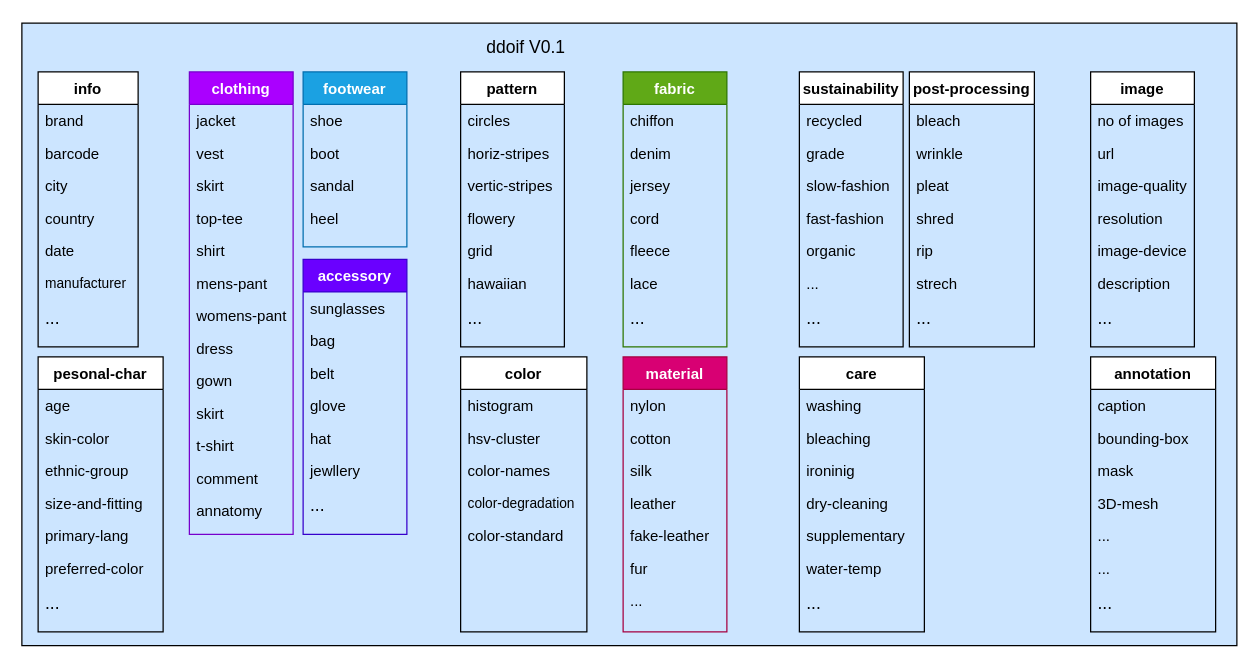
Before: ddoif.drawio in morawi/ddoif, a draw.io diagram. Source tidied: cells renumbered, new cells numbered last; positions are measured from the earlier drawing's top-left corner, leaving out a move shared by most shapes. Both pictures are drawn from the tidied source at 125%, with x=0, y=0 at pixel (21, 22).
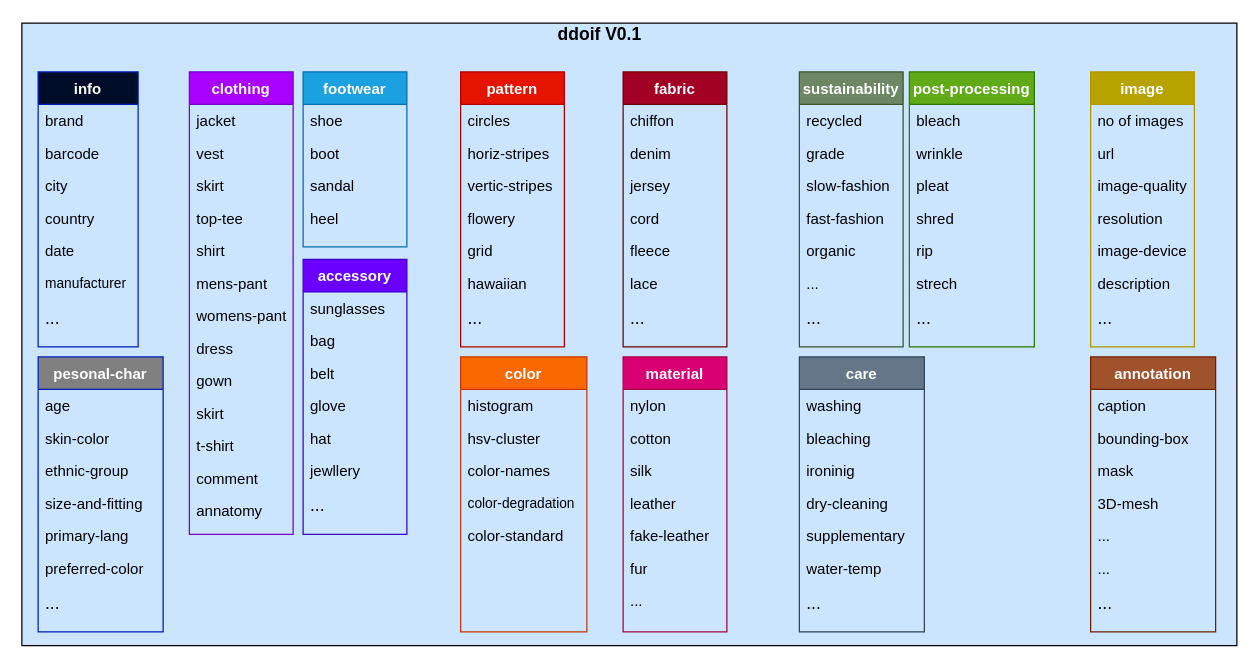
The same diagram, later.

Commit message (it also covers changes not shown here):
Added ddoif workflow

Diff of the diagram source:
```diff
@@
-    <mxCell id="3" value="ddoif V0.1" style="text;html=1;strokeColor=none;fillColor=none;align=center;verticalAlign=middle;whiteSpace=wrap;rounded=0;fontSize=14;" parent="1" vertex="1">
-      <mxGeometry x="339" y="9" width="129" height="20" as="geometry" />
+    <mxCell id="3" value="ddoif V0.1" style="text;html=1;strokeColor=none;fillColor=none;align=center;verticalAlign=middle;whiteSpace=wrap;rounded=0;fontSize=14;fontStyle=1;" parent="1" vertex="1">
+      <mxGeometry x="398" y="-1" width="129" height="20" as="geometry" />
     </mxCell>
-    <mxCell id="4" value="care" style="swimlane;fontStyle=1;align=center;verticalAlign=top;horizontal=1;startSize=26;rounded=0;shadow=0;strokeWidth=1;" parent="1" vertex="1">
+    <mxCell id="4" value="care" style="swimlane;fontStyle=1;align=center;verticalAlign=top;horizontal=1;startSize=26;rounded=0;shadow=0;strokeWidth=1;fillColor=#647687;strokeColor=#314354;fontColor=#ffffff;" parent="1" vertex="1">
       <mxGeometry x="622" y="267" width="100" height="220" as="geometry" />
     </mxCell>
@@
-    <mxCell id="12" value="pesonal-char" style="swimlane;fontStyle=1;align=center;verticalAlign=top;horizontal=1;startSize=26;rounded=0;shadow=0;strokeWidth=1;" parent="1" vertex="1">
+    <mxCell id="12" value="pesonal-char" style="swimlane;fontStyle=1;align=center;verticalAlign=top;horizontal=1;startSize=26;rounded=0;shadow=0;strokeWidth=1;fillColor=#808080;strokeColor=#001DBC;fontColor=#ffffff;" parent="1" vertex="1">
       <mxGeometry x="13" y="267" width="100" height="220" as="geometry" />
     </mxCell>
@@
-    <mxCell id="20" value="post-processing" style="swimlane;fontStyle=1;align=center;verticalAlign=top;horizontal=1;startSize=26;rounded=0;shadow=0;strokeWidth=1;" parent="1" vertex="1">
+    <mxCell id="20" value="post-processing" style="swimlane;fontStyle=1;align=center;verticalAlign=top;horizontal=1;startSize=26;rounded=0;shadow=0;strokeWidth=1;fillColor=#60a917;strokeColor=#2D7600;fontColor=#ffffff;" parent="1" vertex="1">
       <mxGeometry x="710" y="39" width="100" height="220" as="geometry" />
     </mxCell>
@@
-    <mxCell id="28" value="info" style="swimlane;fontStyle=1;align=center;verticalAlign=top;horizontal=1;startSize=26;rounded=0;shadow=0;strokeWidth=1;" parent="1" vertex="1">
+    <mxCell id="28" value="info" style="swimlane;fontStyle=1;align=center;verticalAlign=top;horizontal=1;startSize=26;rounded=0;shadow=0;strokeWidth=1;swimlaneFillColor=none;fillColor=#000D29;strokeColor=#001DBC;fontColor=#ffffff;" parent="1" vertex="1">
       <mxGeometry x="13" y="39" width="80" height="220" as="geometry" />
     </mxCell>
@@
-    <mxCell id="36" value="pattern" style="swimlane;fontStyle=1;align=center;verticalAlign=top;horizontal=1;startSize=26;rounded=0;shadow=0;strokeWidth=1;" parent="1" vertex="1">
+    <mxCell id="36" value="pattern" style="swimlane;fontStyle=1;align=center;verticalAlign=top;horizontal=1;startSize=26;rounded=0;shadow=0;strokeWidth=1;fillColor=#e51400;strokeColor=#B20000;fontColor=#ffffff;" parent="1" vertex="1">
       <mxGeometry x="351" y="39" width="83" height="220" as="geometry" />
     </mxCell>
@@
-    <mxCell id="57" value="color" style="swimlane;fontStyle=1;align=center;verticalAlign=top;horizontal=1;startSize=26;rounded=0;shadow=0;strokeWidth=1;" parent="1" vertex="1">
+    <mxCell id="57" value="color" style="swimlane;fontStyle=1;align=center;verticalAlign=top;horizontal=1;startSize=26;rounded=0;shadow=0;strokeWidth=1;fillColor=#fa6800;strokeColor=#C73500;fontColor=#ffffff;" parent="1" vertex="1">
       <mxGeometry x="351" y="267" width="101" height="220" as="geometry" />
     </mxCell>
@@
-    <mxCell id="63" value="sustainability" style="swimlane;fontStyle=1;align=center;verticalAlign=top;horizontal=1;startSize=26;rounded=0;shadow=0;strokeWidth=1;" parent="1" vertex="1">
+    <mxCell id="63" value="sustainability" style="swimlane;fontStyle=1;align=center;verticalAlign=top;horizontal=1;startSize=26;rounded=0;shadow=0;strokeWidth=1;fillColor=#6d8764;strokeColor=#3A5431;fontColor=#ffffff;" parent="1" vertex="1">
       <mxGeometry x="622" y="39" width="83" height="220" as="geometry" />
     </mxCell>
@@
-    <mxCell id="71" value="fabric" style="swimlane;fontStyle=1;align=center;verticalAlign=top;horizontal=1;startSize=26;rounded=0;shadow=0;strokeWidth=1;fillColor=#60a917;strokeColor=#2D7600;fontColor=#ffffff;" parent="1" vertex="1">
+    <mxCell id="71" value="fabric" style="swimlane;fontStyle=1;align=center;verticalAlign=top;horizontal=1;startSize=26;rounded=0;shadow=0;strokeWidth=1;fillColor=#a20025;strokeColor=#6F0000;fontColor=#ffffff;" parent="1" vertex="1">
       <mxGeometry x="481" y="39" width="83" height="220" as="geometry" />
     </mxCell>
@@
-    <mxCell id="87" value="image" style="swimlane;fontStyle=1;align=center;verticalAlign=top;horizontal=1;startSize=26;rounded=0;shadow=0;strokeWidth=1;" parent="1" vertex="1">
+    <mxCell id="87" value="image" style="swimlane;fontStyle=1;align=center;verticalAlign=top;horizontal=1;startSize=26;rounded=0;shadow=0;strokeWidth=1;fillColor=#B8A200;strokeColor=#B09500;fontColor=#ffffff;" parent="1" vertex="1">
       <mxGeometry x="855" y="39" width="83" height="220" as="geometry" />
     </mxCell>
@@
-    <mxCell id="95" value="annotation" style="swimlane;fontStyle=1;align=center;verticalAlign=top;horizontal=1;startSize=26;rounded=0;shadow=0;strokeWidth=1;" parent="1" vertex="1">
+    <mxCell id="95" value="annotation" style="swimlane;fontStyle=1;align=center;verticalAlign=top;horizontal=1;startSize=26;rounded=0;shadow=0;strokeWidth=1;fillColor=#a0522d;strokeColor=#6D1F00;fontColor=#ffffff;" parent="1" vertex="1">
       <mxGeometry x="855" y="267" width="100" height="220" as="geometry" />
     </mxCell>
```
